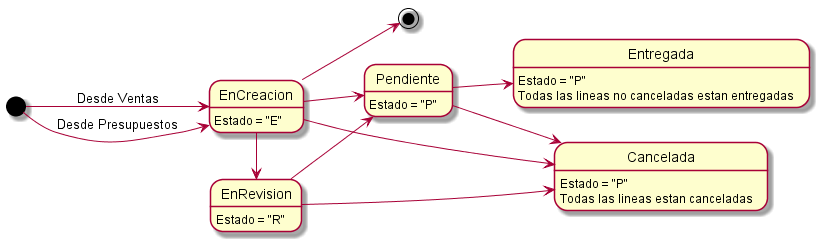
Above: Informe Final/Imagenes/DiagramasEstado/DiagramaDeEstado/ventas.png in ZMGestion/DocumentacionZMGestion (PlantUML), before the change.
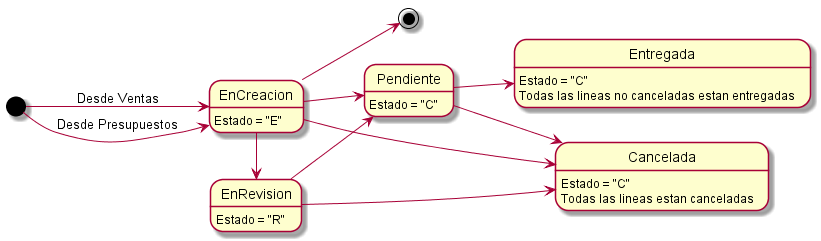
After the commit.

What changed in the source:
```diff
@@ -3,10 +3,10 @@
 
 EnCreacion: Estado = "E"
 EnRevision: Estado = "R"
-Cancelada: Estado = "P"
+Cancelada: Estado = "C"
 Cancelada: Todas las lineas estan canceladas
-Pendiente: Estado = "P"
-Entregada: Estado = "P"
+Pendiente: Estado = "C"
+Entregada: Estado = "C"
 Entregada: Todas las lineas no canceladas estan entregadas
 
 [*] --> EnCreacion: Desde Ventas
```
